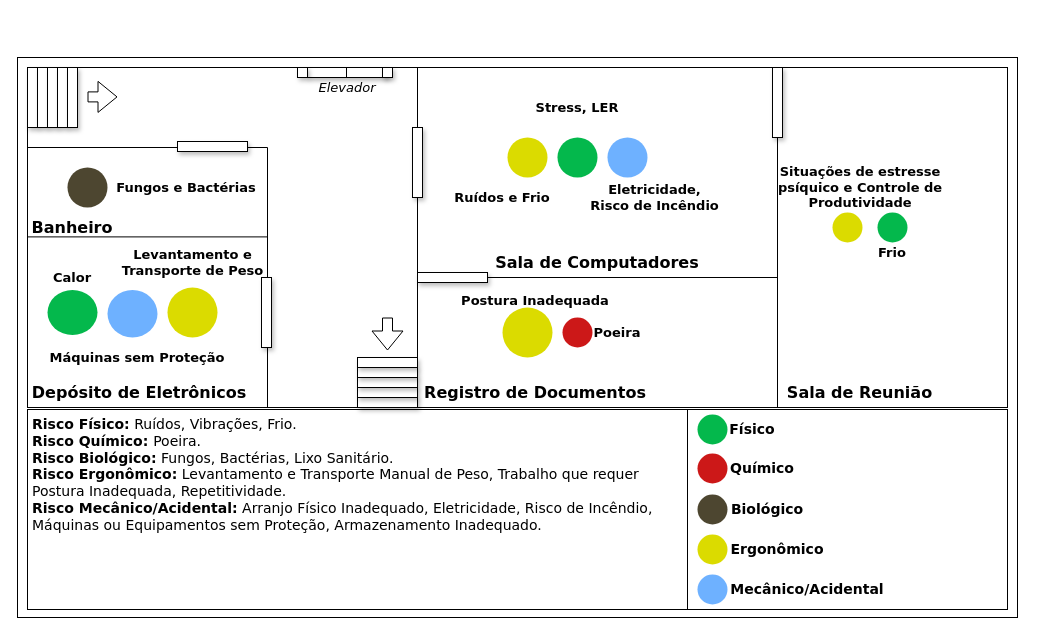
Above: Untitled Diagram.drawio in Konitch/Diagram (draw.io), before the change. Source tidied: cells renumbered, new cells numbered last; positions are measured from the earlier drawing's top-left corner, leaving out a move shared by most shapes. Both pictures are drawn from the tidied source at 100%, with x=0, y=0 at pixel (17, 57).
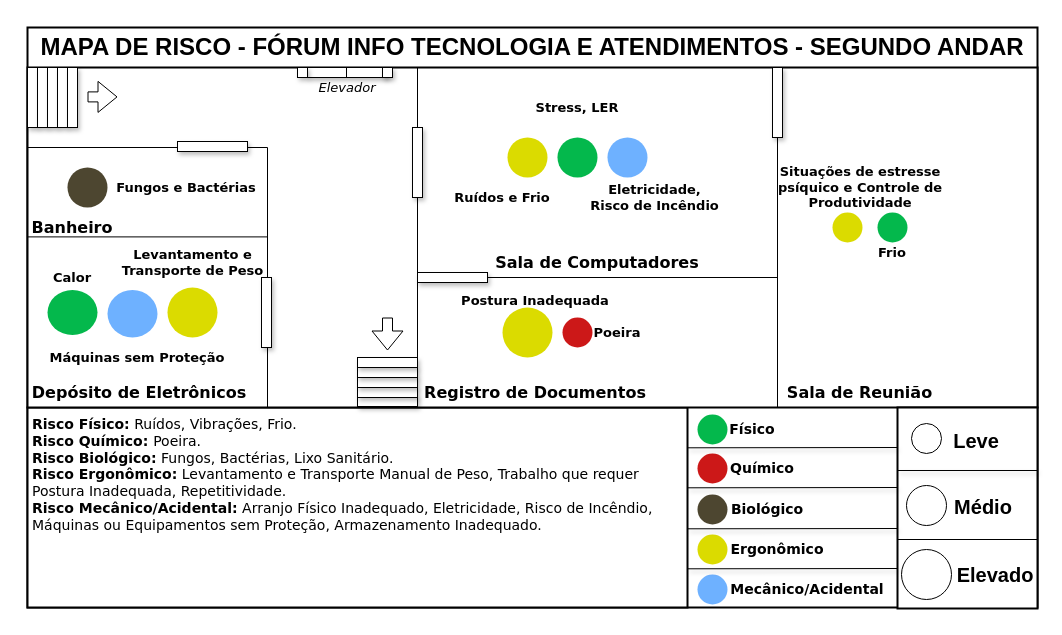
The same diagram, later.

What changed in the source:
```diff
@@
-    <mxCell id="2" style="rounded=0;whiteSpace=wrap;html=1;" parent="1" vertex="1">
-      <mxGeometry width="1000" height="560" as="geometry" />
+    <mxCell id="2" style="rounded=0;whiteSpace=wrap;html=1;strokeWidth=2;" parent="1" vertex="1">
+      <mxGeometry x="10" y="-30" width="1010" height="580" as="geometry" />
     </mxCell>
-    <mxCell id="3" style="rounded=0;whiteSpace=wrap;html=1;" parent="1" vertex="1">
-      <mxGeometry x="670" y="352" width="320" height="200" as="geometry" />
-    </mxCell>
-    <mxCell id="4" style="rounded=0;whiteSpace=wrap;html=1;" parent="1" vertex="1">
-      <mxGeometry x="10" y="352" width="660" height="200" as="geometry" />
+    <mxCell id="4" style="rounded=0;whiteSpace=wrap;html=1;strokeWidth=2;" parent="1" vertex="1">
+      <mxGeometry x="10" y="350" width="660" height="200" as="geometry" />
     </mxCell>
-    <mxCell id="5" style="rounded=0;whiteSpace=wrap;html=1;" parent="1" vertex="1">
-      <mxGeometry x="10" y="10" width="980" height="340" as="geometry" />
+    <mxCell id="5" style="rounded=0;whiteSpace=wrap;html=1;strokeWidth=2;" parent="1" vertex="1">
+      <mxGeometry x="10" y="10" width="1010" height="340" as="geometry" />
     </mxCell>
@@
     <mxCell id="26" style="rounded=0;whiteSpace=wrap;html=1;shadow=1;rotation=0;" parent="1" vertex="1">
-      <mxGeometry x="340" y="340" width="60" height="10" as="geometry" />
+      <mxGeometry x="340" y="339" width="60" height="10" as="geometry" />
     </mxCell>
@@
-    <mxCell id="60" value="&lt;font style=&quot;font-size: 14px&quot;&gt;&lt;b&gt;Risco Físico:&lt;/b&gt; Ruídos, Vibrações, Frio.&lt;br&gt;&lt;b&gt;Risco Químico: &lt;/b&gt;Poeira.&lt;br&gt;&lt;b&gt;Risco Biológico:&lt;/b&gt;&amp;nbsp;Fungos, Bactérias, Lixo Sanitário.&lt;br&gt;&lt;b&gt;Risco Ergonômico:&lt;/b&gt; Levantamento e Transporte Manual de Peso, Trabalho que requer Postura Inadequada, Repetitividade.&lt;br&gt;&lt;b&gt;Risco Mecânico/Acidental:&lt;/b&gt; Arranjo Físico Inadequado, Eletricidade, Risco de Incêndio, Máquinas ou Equipamentos sem Proteção, Armazenamento Inadequado.&lt;/font&gt;" style="text;html=1;strokeColor=none;fillColor=none;align=left;verticalAlign=top;whiteSpace=wrap;rounded=0;shadow=1;fontFamily=Verdana;fontSize=13;" parent="1" vertex="1">
-      <mxGeometry x="12.5" y="352" width="657.5" height="198" as="geometry" />
+    <mxCell id="60" value="&lt;font style=&quot;font-size: 14px&quot;&gt;&lt;b&gt;Risco Físico:&lt;/b&gt; Ruídos, Vibrações, Frio.&lt;br&gt;&lt;b&gt;Risco Químico: &lt;/b&gt;Poeira.&lt;br&gt;&lt;b&gt;Risco Biológico:&lt;/b&gt;&amp;nbsp;Fungos, Bactérias, Lixo Sanitário.&lt;br&gt;&lt;b&gt;Risco Ergonômico:&lt;/b&gt; Levantamento e Transporte Manual de Peso, Trabalho que requer Postura Inadequada, Repetitividade.&lt;br&gt;&lt;b&gt;Risco Mecânico/Acidental:&lt;/b&gt; Arranjo Físico Inadequado, Eletricidade, Risco de Incêndio, Máquinas ou Equipamentos sem Proteção, Armazenamento Inadequado.&lt;/font&gt;" style="text;html=1;strokeColor=none;fillColor=none;align=left;verticalAlign=top;whiteSpace=wrap;rounded=0;shadow=1;fontFamily=Verdana;fontSize=13;strokeWidth=2;" parent="1" vertex="1">
+      <mxGeometry x="12.5" y="352" width="657.5" height="138" as="geometry" />
     </mxCell>
@@
+    <mxCell id="75" style="rounded=0;whiteSpace=wrap;html=1;strokeWidth=2;" parent="1" vertex="1">
+      <mxGeometry x="880" y="350" width="140" height="201" as="geometry" />
+    </mxCell>
+    <mxCell id="76" style="ellipse;whiteSpace=wrap;html=1;" parent="1" vertex="1">
+      <mxGeometry x="889" y="428" width="40" height="40" as="geometry" />
+    </mxCell>
+    <mxCell id="77" style="endArrow=none;html=1;shadow=1;" parent="1" edge="1">
+      <mxGeometry relative="1" as="geometry">
+        <mxPoint x="880" y="413" as="sourcePoint" />
+        <mxPoint x="1020" y="413" as="targetPoint" />
+      </mxGeometry>
+    </mxCell>
+    <mxCell id="78" style="endArrow=none;html=1;" parent="1" edge="1">
+      <mxGeometry relative="1" as="geometry">
+        <mxPoint x="880" y="482" as="sourcePoint" />
+        <mxPoint x="1020" y="482" as="targetPoint" />
+      </mxGeometry>
+    </mxCell>
+    <mxCell id="79" value="&lt;font style=&quot;font-size: 20px&quot;&gt;Leve&lt;/font&gt;" style="text;html=1;strokeColor=none;fillColor=none;align=center;verticalAlign=middle;whiteSpace=wrap;rounded=0;fontStyle=1;" parent="1" vertex="1">
+      <mxGeometry x="939" y="373" width="40" height="20" as="geometry" />
+    </mxCell>
+    <mxCell id="80" value="&lt;font style=&quot;font-size: 20px&quot;&gt;Médio&lt;/font&gt;" style="text;html=1;strokeColor=none;fillColor=none;align=center;verticalAlign=middle;whiteSpace=wrap;rounded=0;fontStyle=1;" parent="1" vertex="1">
+      <mxGeometry x="946" y="439" width="40" height="20" as="geometry" />
+    </mxCell>
+    <mxCell id="81" value="&lt;font style=&quot;font-size: 20px&quot;&gt;Elevado&lt;/font&gt;" style="text;html=1;strokeColor=none;fillColor=none;align=center;verticalAlign=middle;whiteSpace=wrap;rounded=0;fontStyle=1;" parent="1" vertex="1">
+      <mxGeometry x="958" y="507" width="40" height="20" as="geometry" />
+    </mxCell>
+    <mxCell id="82" style="ellipse;whiteSpace=wrap;html=1;" parent="1" vertex="1">
+      <mxGeometry x="884" y="492" width="50" height="50" as="geometry" />
+    </mxCell>
+    <mxCell id="83" style="ellipse;whiteSpace=wrap;html=1;" parent="1" vertex="1">
+      <mxGeometry x="894" y="366" width="30" height="30" as="geometry" />
+    </mxCell>
+    <mxCell id="84" style="endArrow=none;html=1;shadow=1;" parent="1" edge="1">
+      <mxGeometry relative="1" as="geometry">
+        <mxPoint x="670" y="390.3" as="sourcePoint" />
+        <mxPoint x="880" y="390" as="targetPoint" />
+      </mxGeometry>
+    </mxCell>
+    <mxCell id="85" style="endArrow=none;html=1;shadow=1;" parent="1" edge="1">
+      <mxGeometry relative="1" as="geometry">
+        <mxPoint x="670" y="430.3" as="sourcePoint" />
+        <mxPoint x="880" y="430" as="targetPoint" />
+      </mxGeometry>
+    </mxCell>
+    <mxCell id="86" style="endArrow=none;html=1;shadow=1;" parent="1" edge="1">
+      <mxGeometry relative="1" as="geometry">
+        <mxPoint x="670" y="471.3" as="sourcePoint" />
+        <mxPoint x="880" y="471" as="targetPoint" />
+      </mxGeometry>
+    </mxCell>
+    <mxCell id="87" style="endArrow=none;html=1;shadow=1;" parent="1" edge="1">
+      <mxGeometry relative="1" as="geometry">
+        <mxPoint x="670" y="511.3" as="sourcePoint" />
+        <mxPoint x="880" y="511" as="targetPoint" />
+      </mxGeometry>
+    </mxCell>
+    <mxCell id="88" value="&lt;h1&gt;MAPA DE RISCO - FÓRUM INFO TECNOLOGIA E ATENDIMENTOS - SEGUNDO ANDAR&lt;/h1&gt;" style="text;html=1;strokeColor=none;fillColor=none;spacing=5;spacingTop=-20;whiteSpace=wrap;overflow=hidden;rounded=0;align=center;strokeWidth=10;" parent="1" vertex="1">
+      <mxGeometry x="10" y="-30" width="1010" height="40" as="geometry" />
+    </mxCell>
```
